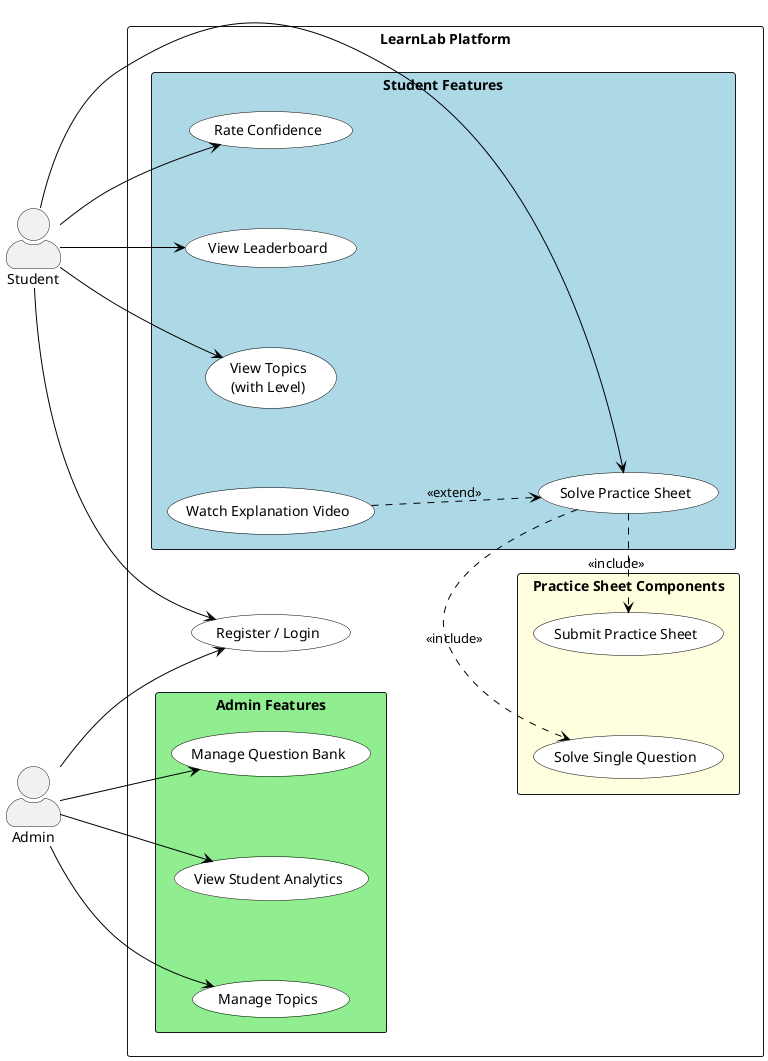
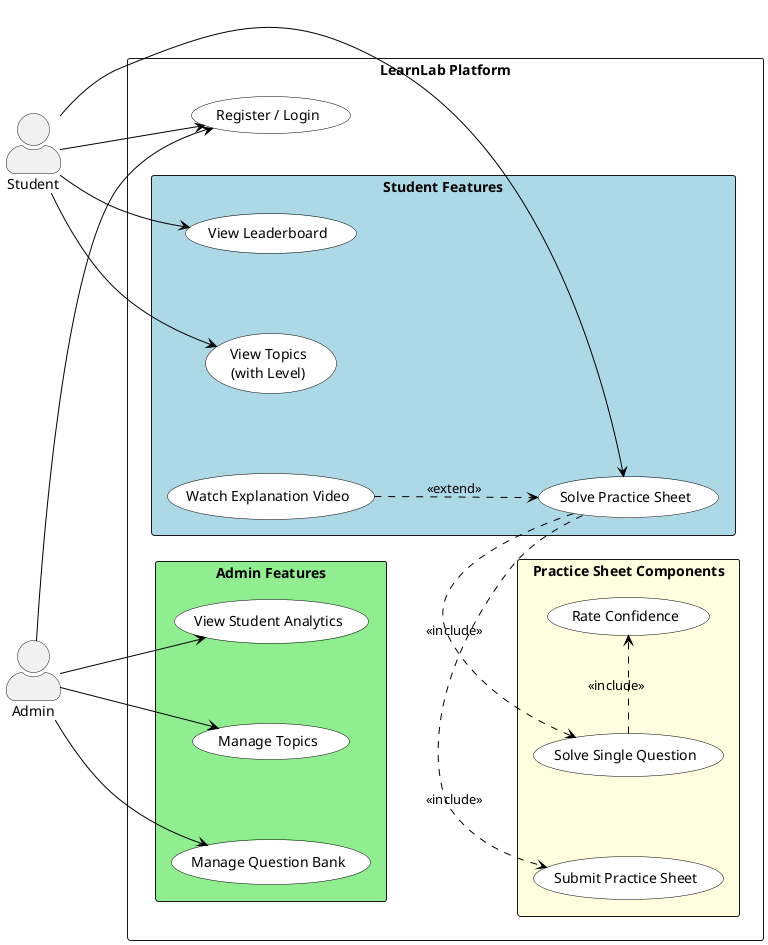
@startuml UseCaseDiagram
left to right direction
skinparam packageStyle rectangle
skinparam usecase {
  BackgroundColor White
  BorderColor Black
  ArrowColor Black
}
skinparam actorStyle awesome
skinparam defaultTextAlignment center
skinparam nodesep 80
skinparam ranksep 100

actor Student as S
actor Admin as A

rectangle "LearnLab Platform" {

  usecase "Register / Login" as UC_Login

  package "Student Features" #LightBlue {
-     usecase "Rate Confidence" as UC_Rate
    usecase "View Leaderboard" as UC_Leaderboard
    usecase "Solve Practice Sheet" as UC_SolveSheet
    usecase "View Topics\n(with Level)" as UC_ViewTopics
    usecase "Watch Explanation Video" as UC_WatchVideo
  }

  package "Practice Sheet Components" #LightYellow {
    usecase "Solve Single Question" as UC_SolveQ
+     usecase "Rate Confidence" as UC_Rate
    usecase "Submit Practice Sheet" as UC_Submit
  }

  package "Admin Features" #LightGreen {
    usecase "Manage Topics" as UC_ManageTopics
    usecase "Manage Question Bank" as UC_ManageQBank
    usecase "View Student Analytics" as UC_Analytics
  }
}

' Actors link to common auth use case
S --> UC_Login
A --> UC_Login

' Student interactions
- S --> UC_Rate
S --> UC_Leaderboard
S --> UC_SolveSheet
S --> UC_ViewTopics

' Admin interactions
A --> UC_ManageTopics
A --> UC_ManageQBank
A --> UC_Analytics

' Composition of the Solve Practice Sheet use case
UC_SolveSheet .> UC_SolveQ : <<include>>
UC_SolveSheet .> UC_Submit : <<include>>

+ ' Rate Confidence is part of solving a question
+ UC_SolveQ .> UC_Rate : <<include>>
+ 
' Watch Explanation Video extends Solve Practice Sheet
UC_WatchVideo ..> UC_SolveSheet : <<extend>>

@enduml